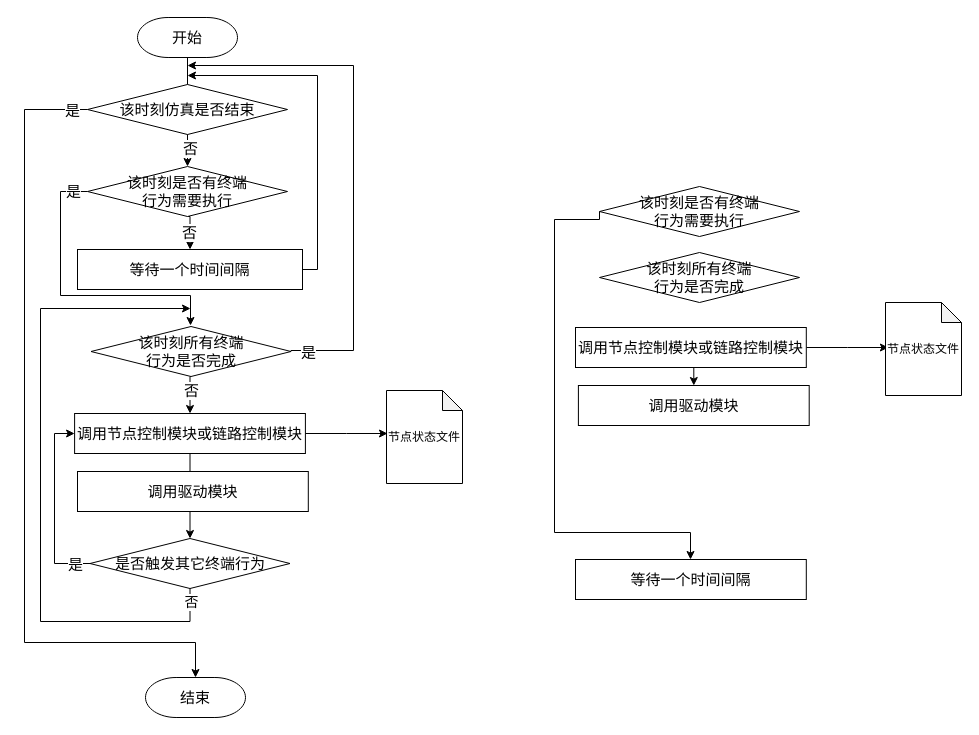
Before: page "动态网络仿真总体流程" (1 of 7) of 网络控制技术_流程图.drawio in Icarus1994/neutron_conf, a draw.io diagram. Source tidied: cells renumbered, new cells numbered last; positions are measured from the earlier drawing's top-left corner, leaving out a move shared by most shapes. Both pictures are drawn from the tidied source at 100%, with x=0, y=0 at pixel (24, 17).
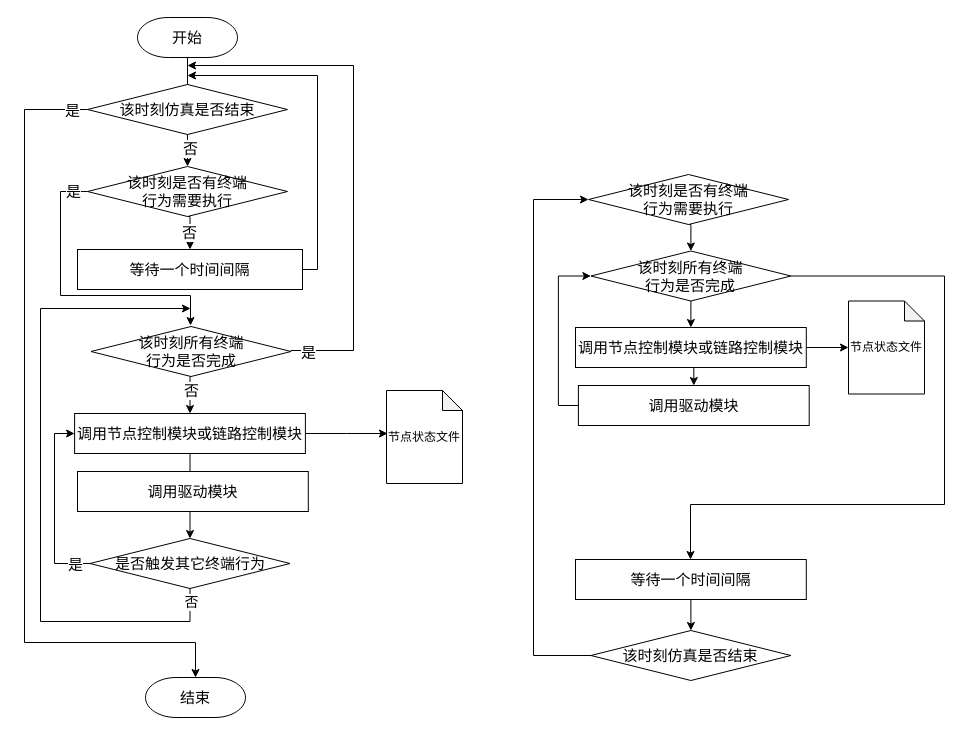
Above is the later version.

The change refers to these unchanged cells:
```xml
<mxCell id="35" value="&lt;font style=&quot;font-size: 15px&quot;&gt;调用节点控制模块或链路控制模块&lt;/font&gt;" style="rounded=0;whiteSpace=wrap;html=1;strokeWidth=1;fontSize=15;" parent="1" vertex="1">
  <mxGeometry x="551" y="310" width="230.8" height="40" as="geometry" />
</mxCell>
<mxCell id="37" value="&lt;font style=&quot;font-size: 15px&quot;&gt;调用驱动模块&lt;/font&gt;" style="rounded=0;whiteSpace=wrap;html=1;strokeWidth=1;fontSize=15;" parent="1" vertex="1">
  <mxGeometry x="553.9" y="368" width="230.8" height="40" as="geometry" />
</mxCell>
<mxCell id="38" value="&lt;font style=&quot;font-size: 15px&quot;&gt;等待一个时间间隔&lt;/font&gt;" style="rounded=0;whiteSpace=wrap;html=1;strokeWidth=1;fontSize=15;" parent="1" vertex="1">
  <mxGeometry x="551" y="542" width="230.8" height="40" as="geometry" />
</mxCell>
```

What changed in the source:
```diff
@@
-    <mxCell id="31" style="edgeStyle=orthogonalEdgeStyle;rounded=0;jettySize=auto;html=1;exitX=0;exitY=0.5;exitDx=0;exitDy=0;exitPerimeter=0;" parent="1" edge="1" source="32" target="38">
-      <mxGeometry relative="1" as="geometry">
-        <Array as="points">
-          <mxPoint x="530" y="202" />
-          <mxPoint x="530" y="515" />
-          <mxPoint x="666" y="515" />
-        </Array>
-      </mxGeometry>
-    </mxCell>
+    <mxCell id="40" style="edgeStyle=orthogonalEdgeStyle;rounded=0;jettySize=auto;html=1;exitX=0.5;exitY=1;exitDx=0;exitDy=0;exitPerimeter=0;entryX=0.5;entryY=0;entryDx=0;entryDy=0;entryPerimeter=0;" parent="1" edge="1" source="32" target="39">
+      <mxGeometry relative="1" as="geometry" />
+    </mxCell>
     <mxCell id="32" value="该时刻是否有终端&lt;br&gt;行为&lt;span style=&quot;font-size: 15px&quot;&gt;需要执行&lt;br style=&quot;font-size: 15px&quot;&gt;&lt;/span&gt;" style="strokeWidth=1;html=1;shape=mxgraph.flowchart.decision;whiteSpace=wrap;fontSize=15;" parent="1" vertex="1">
-      <mxGeometry x="575" y="169" width="200" height="50" as="geometry" />
+      <mxGeometry x="564" y="157" width="200" height="50" as="geometry" />
     </mxCell>
-    <mxCell id="33" style="edgeStyle=orthogonalEdgeStyle;rounded=0;jettySize=auto;html=1;exitX=1;exitY=0.5;exitDx=0;exitDy=0;entryX=0;entryY=0.25;entryDx=0;entryDy=0;" parent="1" edge="1" source="35">
-      <mxGeometry relative="1" as="geometry">
-        <mxPoint x="863.9" y="330" as="targetPoint" />
-      </mxGeometry>
+    <mxCell id="33" style="edgeStyle=orthogonalEdgeStyle;rounded=0;jettySize=auto;html=1;exitX=1;exitY=0.5;exitDx=0;exitDy=0;entryX=0;entryY=0.5;entryDx=0;entryDy=0;entryPerimeter=0;" parent="1" edge="1" source="35" target="36">
+      <mxGeometry relative="1" as="geometry" />
     </mxCell>
@@
     <mxCell id="36" value="节点状态文件" style="shape=note;whiteSpace=wrap;html=1;backgroundOutline=1;darkOpacity=0.05;size=20;" parent="1" vertex="1">
-      <mxGeometry x="861" y="285" width="76" height="93" as="geometry" />
+      <mxGeometry x="824" y="283.5" width="76" height="93" as="geometry" />
     </mxCell>
+    <mxCell id="41" style="edgeStyle=orthogonalEdgeStyle;rounded=0;jettySize=auto;html=1;exitX=0;exitY=0.5;exitDx=0;exitDy=0;entryX=0;entryY=0.5;entryDx=0;entryDy=0;entryPerimeter=0;" parent="1" edge="1" source="37" target="39">
+      <mxGeometry relative="1" as="geometry" />
+    </mxCell>
@@
+    <mxCell id="42" style="edgeStyle=orthogonalEdgeStyle;rounded=0;jettySize=auto;html=1;exitX=0;exitY=0.5;exitDx=0;exitDy=0;entryX=0;entryY=0.5;entryDx=0;entryDy=0;entryPerimeter=0;exitPerimeter=0;" parent="1" edge="1" source="46" target="32">
+      <mxGeometry relative="1" as="geometry">
+        <Array as="points">
+          <mxPoint x="509" y="638" />
+          <mxPoint x="509" y="182" />
+        </Array>
+      </mxGeometry>
+    </mxCell>
+    <mxCell id="43" style="edgeStyle=orthogonalEdgeStyle;rounded=0;jettySize=auto;html=1;exitX=0.5;exitY=1;exitDx=0;exitDy=0;entryX=0.5;entryY=0;entryDx=0;entryDy=0;entryPerimeter=0;" parent="1" edge="1" source="38" target="46">
+      <mxGeometry relative="1" as="geometry" />
+    </mxCell>
@@
+    <mxCell id="44" style="edgeStyle=orthogonalEdgeStyle;rounded=0;jettySize=auto;html=1;exitX=0.5;exitY=1;exitDx=0;exitDy=0;exitPerimeter=0;entryX=0.5;entryY=0;entryDx=0;entryDy=0;" parent="1" edge="1" source="39" target="35">
+      <mxGeometry relative="1" as="geometry" />
+    </mxCell>
+    <mxCell id="45" style="edgeStyle=orthogonalEdgeStyle;rounded=0;jettySize=auto;html=1;exitX=1;exitY=0.5;exitDx=0;exitDy=0;exitPerimeter=0;" parent="1" edge="1" source="39" target="38">
+      <mxGeometry relative="1" as="geometry">
+        <Array as="points">
+          <mxPoint x="920" y="259" />
+          <mxPoint x="920" y="487" />
+          <mxPoint x="666" y="487" />
+        </Array>
+      </mxGeometry>
+    </mxCell>
     <mxCell id="39" value="&lt;span style=&quot;font-size: 15px&quot;&gt;该时刻所有终端&lt;br&gt;行为是否完成&lt;br style=&quot;font-size: 15px&quot;&gt;&lt;/span&gt;" style="strokeWidth=1;html=1;shape=mxgraph.flowchart.decision;whiteSpace=wrap;fontSize=15;" parent="1" vertex="1">
-      <mxGeometry x="575" y="235" width="200" height="50" as="geometry" />
+      <mxGeometry x="566.4" y="233.5" width="200" height="50" as="geometry" />
     </mxCell>
+    <mxCell id="46" value="&lt;span style=&quot;font-size: 15px&quot;&gt;该时刻仿真是否结束&lt;br style=&quot;font-size: 15px&quot;&gt;&lt;/span&gt;" style="strokeWidth=1;html=1;shape=mxgraph.flowchart.decision;whiteSpace=wrap;fontSize=15;" parent="1" vertex="1">
+      <mxGeometry x="566.4" y="613" width="200" height="50" as="geometry" />
+    </mxCell>
```
